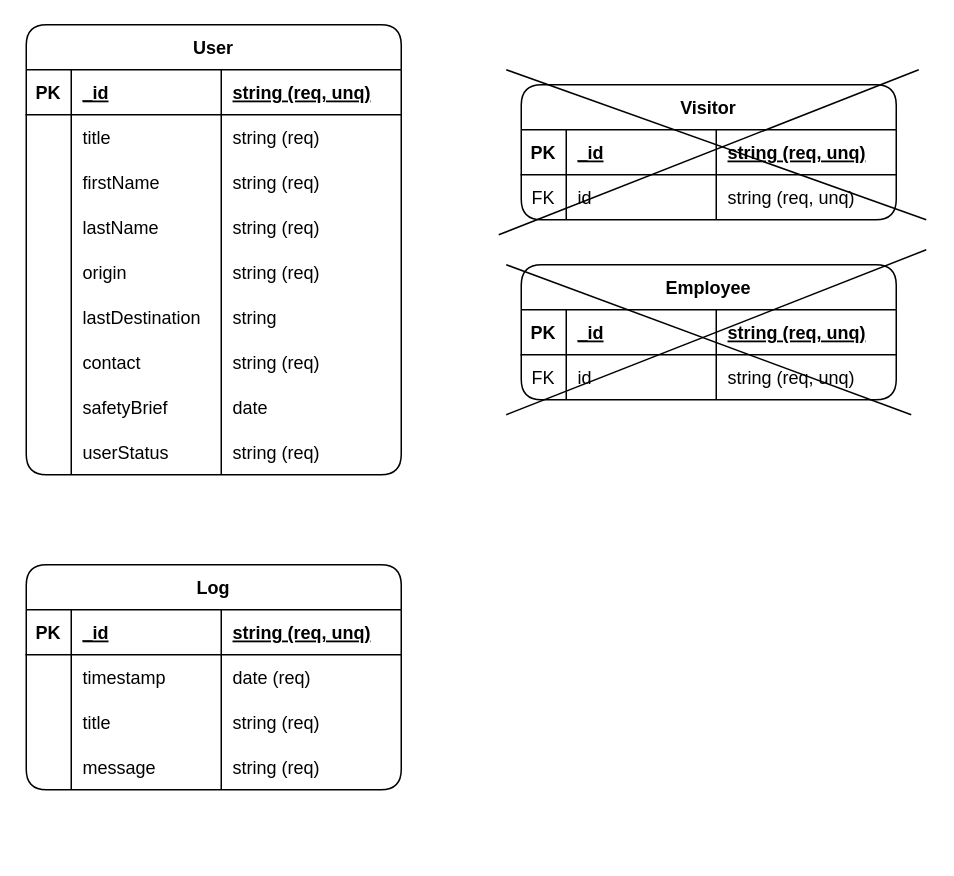
Above: Assets/databaseDesign.drawio in tonkatommy/IOD-Capstone-Project (draw.io), before the change. Source tidied: cells renumbered, new cells numbered last; positions are measured from the earlier drawing's top-left corner, leaving out a move shared by most shapes. Both pictures are drawn from the tidied source at 150%, with x=0, y=0 at pixel (26, 24).
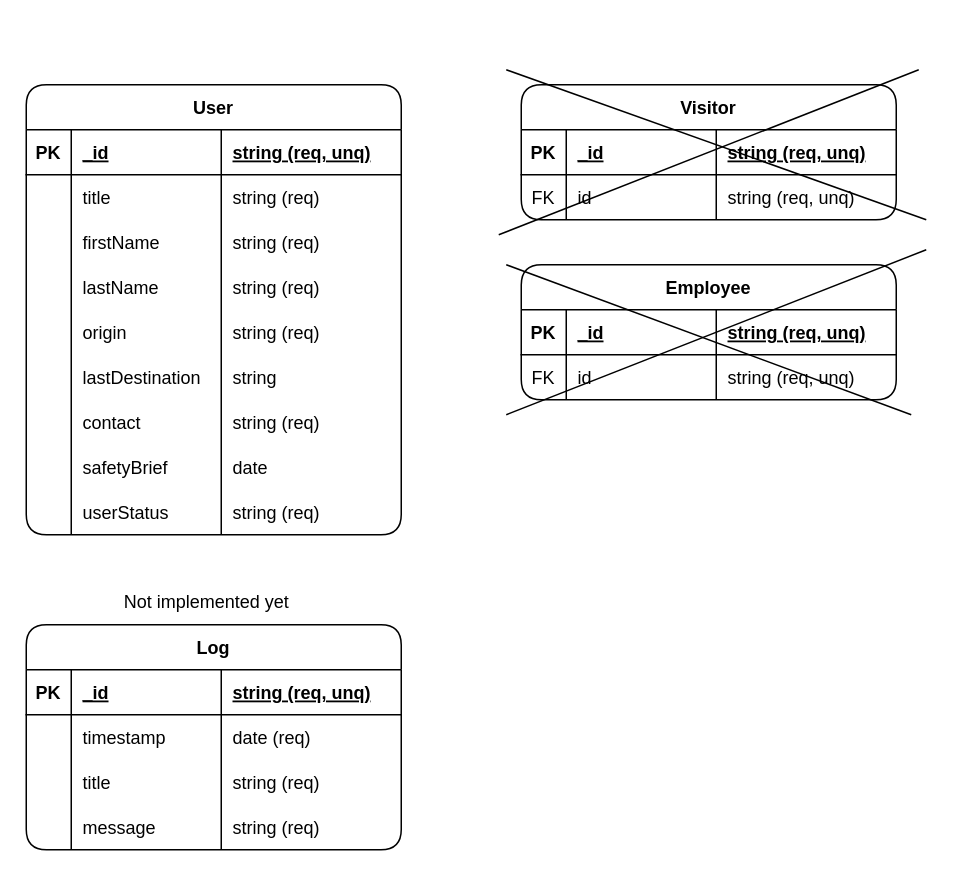
Above is the later version.

The edit, as a diff of the source:
```diff
@@
     <mxCell id="2" value="User" style="shape=table;startSize=30;childLayout=tableLayout;rowLines=0;fontStyle=1;align=center;rounded=1;shadow=0;" parent="1" vertex="1">
-      <mxGeometry width="250" height="300" as="geometry" />
+      <mxGeometry y="40" width="250" height="300" as="geometry" />
     </mxCell>
@@
     <mxCell id="57" value="Log" style="shape=table;startSize=30;childLayout=tableLayout;rowLines=0;fontStyle=1;align=center;rounded=1;shadow=0;" parent="1" vertex="1">
-      <mxGeometry y="360" width="250" height="150" as="geometry" />
+      <mxGeometry y="400" width="250" height="150" as="geometry" />
     </mxCell>
@@
+    <mxCell id="78" value="Not implemented yet" style="text;html=1;align=center;verticalAlign=middle;strokeColor=none;fillColor=none;" parent="1" vertex="1">
+      <mxGeometry x="55" y="370" width="130" height="30" as="geometry" />
+    </mxCell>
```
